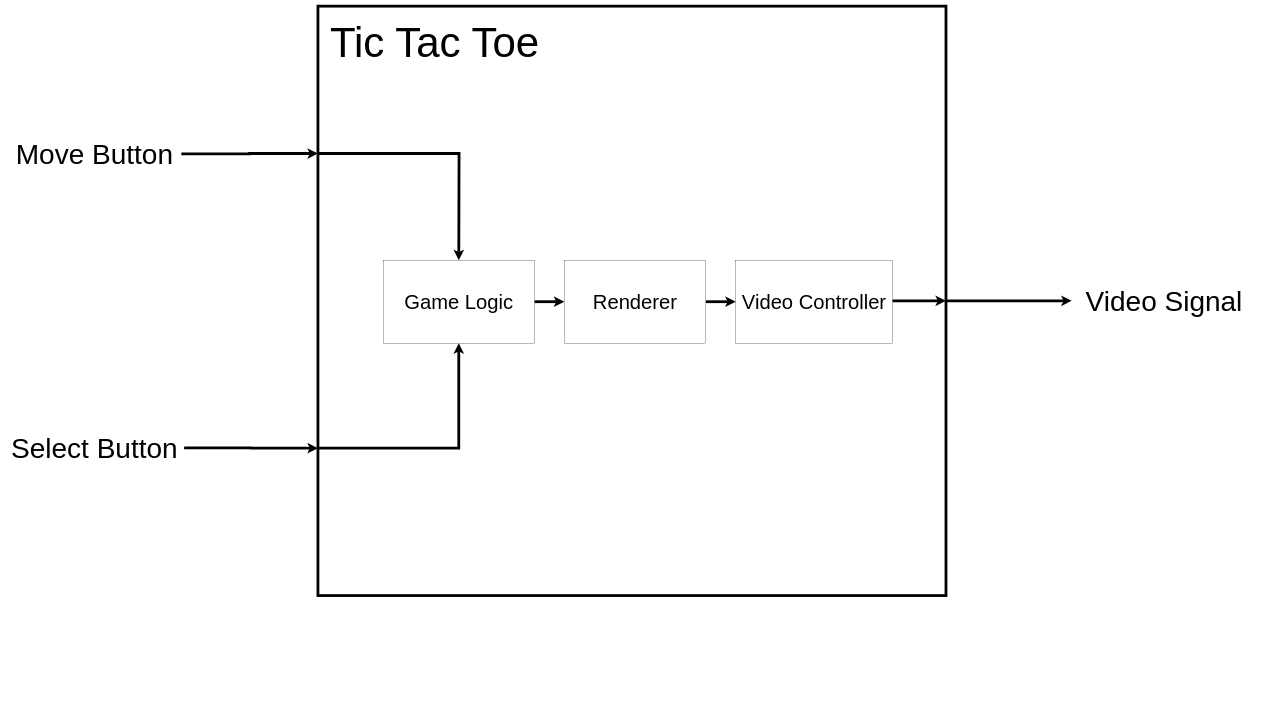
Above: page "Segundo Nivel" (2 of 4) of VGA/Diagramas/Diagramas.drawio in m-herrera/Digital-Design-Workshop (draw.io), before the change. Source tidied: cells renumbered, new cells numbered last; positions are measured from the earlier drawing's top-left corner, leaving out a move shared by most shapes. Both pictures are drawn from the tidied source at 28%, with x=0, y=0 at pixel (5, 6).
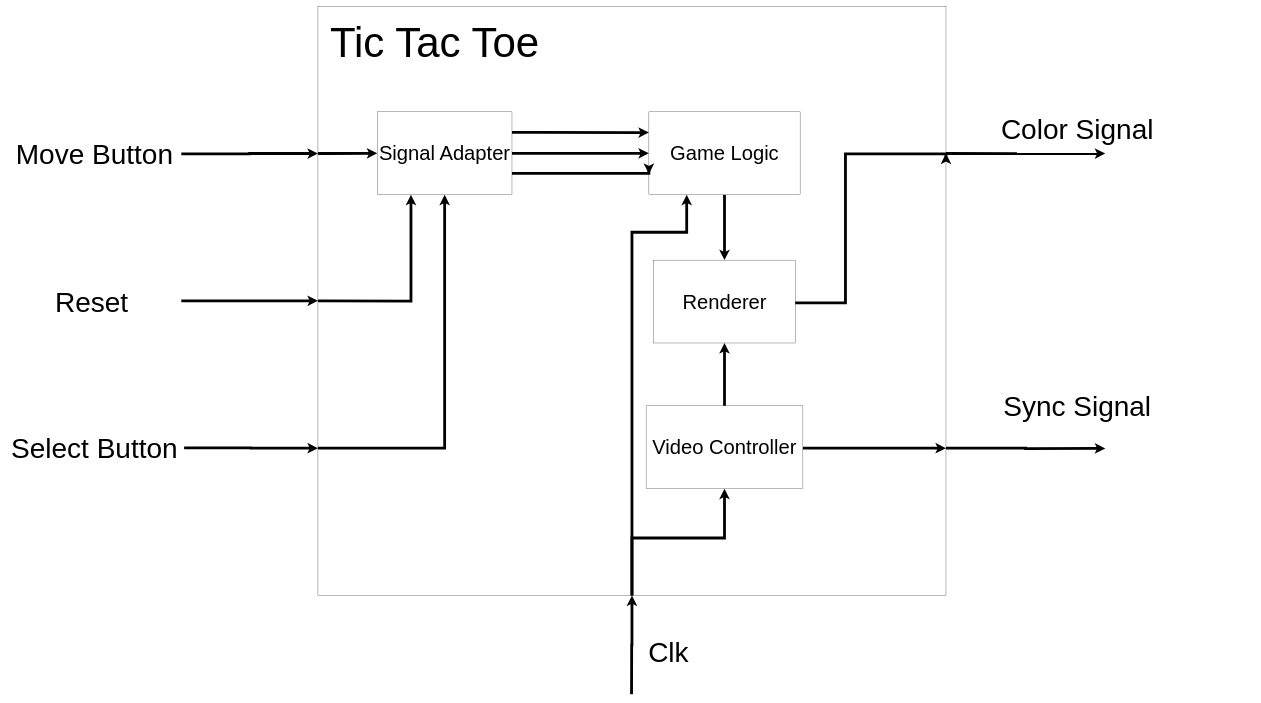
Above is the later version.

The edit, as a diff of the source:
```diff
@@
-    <mxCell id="2" style="rounded=0;whiteSpace=wrap;html=1;fontSize=144;strokeWidth=10;" parent="1" vertex="1">
+    <mxCell id="2" style="rounded=0;whiteSpace=wrap;html=1;fontSize=144;" parent="1" vertex="1">
       <mxGeometry x="1118" y="0.5" width="2243" height="2105" as="geometry" />
     </mxCell>
+    <mxCell id="18" style="edgeStyle=orthogonalEdgeStyle;rounded=0;jettySize=auto;html=1;exitX=0.5;exitY=1;exitDx=0;exitDy=0;strokeWidth=10;" parent="1" edge="1" source="2" target="12">
+      <mxGeometry relative="1" as="geometry">
+        <Array as="points">
+          <mxPoint x="2239" y="1900" />
+          <mxPoint x="2570" y="1900" />
+        </Array>
+      </mxGeometry>
+    </mxCell>
+    <mxCell id="19" style="edgeStyle=orthogonalEdgeStyle;rounded=0;jettySize=auto;html=1;exitX=0.5;exitY=1;exitDx=0;exitDy=0;strokeWidth=10;entryX=0.5;entryY=1;entryDx=0;entryDy=0;" parent="1" edge="1" target="2">
+      <mxGeometry relative="1" as="geometry">
+        <mxPoint x="2238" y="2458" as="sourcePoint" />
+      </mxGeometry>
+    </mxCell>
+    <mxCell id="20" style="edgeStyle=orthogonalEdgeStyle;rounded=0;jettySize=auto;html=1;exitX=1;exitY=0.75;exitDx=0;exitDy=0;strokeWidth=10;" parent="1" edge="1" source="2">
+      <mxGeometry relative="1" as="geometry">
+        <mxPoint x="3930" y="1580" as="targetPoint" />
+      </mxGeometry>
+    </mxCell>
+    <mxCell id="21" style="edgeStyle=orthogonalEdgeStyle;rounded=0;jettySize=auto;html=1;exitX=0;exitY=0.5;exitDx=0;exitDy=0;entryX=0.25;entryY=1;entryDx=0;entryDy=0;strokeWidth=10;" parent="1" edge="1" source="2" target="31">
+      <mxGeometry relative="1" as="geometry">
+        <Array as="points">
+          <mxPoint x="1450" y="1054" />
+        </Array>
+      </mxGeometry>
+    </mxCell>
-    <mxCell id="3" style="edgeStyle=orthogonalEdgeStyle;rounded=0;jettySize=auto;html=1;exitX=0;exitY=0.75;exitDx=0;exitDy=0;entryX=0.5;entryY=1;entryDx=0;entryDy=0;strokeWidth=10;" parent="1" edge="1" source="2" target="16">
+    <mxCell id="3" style="edgeStyle=orthogonalEdgeStyle;rounded=0;jettySize=auto;html=1;exitX=0;exitY=0.75;exitDx=0;exitDy=0;entryX=0.5;entryY=1;entryDx=0;entryDy=0;strokeWidth=10;" parent="1" edge="1" source="2" target="31">
       <mxGeometry relative="1" as="geometry">
         <Array as="points">
-          <mxPoint x="1621" y="1579" />
+          <mxPoint x="1570" y="1580" />
         </Array>
       </mxGeometry>
     </mxCell>
-    <mxCell id="4" style="edgeStyle=orthogonalEdgeStyle;rounded=0;jettySize=auto;html=1;exitX=0;exitY=0.25;exitDx=0;exitDy=0;entryX=0.5;entryY=0;entryDx=0;entryDy=0;strokeWidth=10;" parent="1" edge="1" source="2" target="16">
+    <mxCell id="4" style="edgeStyle=orthogonalEdgeStyle;rounded=0;jettySize=auto;html=1;exitX=0;exitY=0.25;exitDx=0;exitDy=0;entryX=0;entryY=0.5;entryDx=0;entryDy=0;strokeWidth=10;" parent="1" edge="1" source="2" target="31">
       <mxGeometry relative="1" as="geometry">
         <Array as="points">
-          <mxPoint x="1622" y="527" />
-          <mxPoint x="1622" y="908" />
+          <mxPoint x="1150" y="526" />
         </Array>
       </mxGeometry>
     </mxCell>
@@
-    <mxCell id="9" value="&lt;span style=&quot;font-size: 100px&quot;&gt;Video Signal&lt;/span&gt;" style="text;html=1;strokeColor=none;fillColor=none;align=center;verticalAlign=middle;whiteSpace=wrap;rounded=0;" parent="1" vertex="1">
-      <mxGeometry x="3810" y="904.5" width="660" height="297" as="geometry" />
+    <mxCell id="9" value="&lt;span style=&quot;font-size: 100px&quot;&gt;Color Signal&lt;/span&gt;" style="text;html=1;strokeColor=none;fillColor=none;align=center;verticalAlign=middle;whiteSpace=wrap;rounded=0;" parent="1" vertex="1">
+      <mxGeometry x="3500" y="289.5" width="660" height="297" as="geometry" />
     </mxCell>
-    <mxCell id="10" style="endArrow=classic;html=1;entryX=0;entryY=0.5;entryDx=0;entryDy=0;exitX=1;exitY=0.5;exitDx=0;exitDy=0;strokeWidth=10;" parent="1" edge="1" source="2" target="9">
-      <mxGeometry relative="1" as="geometry" />
+    <mxCell id="10" style="endArrow=classic;html=1;exitX=1;exitY=0.25;exitDx=0;exitDy=0;strokeWidth=10;" parent="1" edge="1" source="2">
+      <mxGeometry relative="1" as="geometry">
+        <mxPoint x="3930" y="527" as="targetPoint" />
+      </mxGeometry>
     </mxCell>
-    <mxCell id="11" style="edgeStyle=orthogonalEdgeStyle;rounded=0;jettySize=auto;html=1;exitX=1;exitY=0.5;exitDx=0;exitDy=0;entryX=1;entryY=0.5;entryDx=0;entryDy=0;strokeWidth=10;" parent="1" edge="1" source="12" target="2">
+    <mxCell id="11" style="edgeStyle=orthogonalEdgeStyle;rounded=0;jettySize=auto;html=1;exitX=1;exitY=0.5;exitDx=0;exitDy=0;entryX=1;entryY=0.75;entryDx=0;entryDy=0;strokeWidth=10;" parent="1" edge="1" source="12" target="2">
       <mxGeometry relative="1" as="geometry">
         <Array as="points">
-          <mxPoint x="3170" y="1053" />
+          <mxPoint x="3001" y="1579" />
+          <mxPoint x="3080" y="1579" />
         </Array>
       </mxGeometry>
     </mxCell>
+    <mxCell id="22" style="edgeStyle=orthogonalEdgeStyle;rounded=0;jettySize=auto;html=1;exitX=0.5;exitY=0;exitDx=0;exitDy=0;entryX=0.5;entryY=1;entryDx=0;entryDy=0;strokeWidth=10;" parent="1" edge="1" source="12" target="14">
+      <mxGeometry relative="1" as="geometry" />
+    </mxCell>
     <mxCell id="12" value="&lt;font style=&quot;font-size: 72px&quot;&gt;Video Controller&lt;/font&gt;" style="rounded=0;whiteSpace=wrap;html=1;" parent="1" vertex="1">
-      <mxGeometry x="2610" y="908" width="560" height="296" as="geometry" />
+      <mxGeometry x="2290" y="1428" width="560" height="296" as="geometry" />
     </mxCell>
-    <mxCell id="13" style="edgeStyle=orthogonalEdgeStyle;rounded=0;jettySize=auto;html=1;exitX=1;exitY=0.5;exitDx=0;exitDy=0;entryX=0;entryY=0.5;entryDx=0;entryDy=0;strokeWidth=10;" parent="1" edge="1" source="14" target="12">
-      <mxGeometry relative="1" as="geometry" />
-    </mxCell>
+    <mxCell id="23" style="edgeStyle=orthogonalEdgeStyle;rounded=0;jettySize=auto;html=1;exitX=1;exitY=0.5;exitDx=0;exitDy=0;entryX=1;entryY=0.25;entryDx=0;entryDy=0;strokeWidth=10;" parent="1" edge="1" source="14" target="2">
+      <mxGeometry relative="1" as="geometry">
+        <Array as="points">
+          <mxPoint x="2822" y="1060" />
+          <mxPoint x="3002" y="1060" />
+          <mxPoint x="3002" y="528" />
+        </Array>
+      </mxGeometry>
+    </mxCell>
     <mxCell id="14" value="&lt;font style=&quot;font-size: 72px&quot;&gt;Renderer&lt;/font&gt;" style="rounded=0;whiteSpace=wrap;html=1;" parent="1" vertex="1">
-      <mxGeometry x="1998" y="908" width="505" height="296" as="geometry" />
+      <mxGeometry x="2317.5" y="907.5" width="505" height="296" as="geometry" />
     </mxCell>
-    <mxCell id="15" style="edgeStyle=orthogonalEdgeStyle;rounded=0;jettySize=auto;html=1;exitX=1;exitY=0.5;exitDx=0;exitDy=0;entryX=0;entryY=0.5;entryDx=0;entryDy=0;strokeWidth=10;" parent="1" edge="1" source="16" target="14">
+    <mxCell id="15" style="edgeStyle=orthogonalEdgeStyle;rounded=0;jettySize=auto;html=1;exitX=0.5;exitY=1;exitDx=0;exitDy=0;entryX=0.5;entryY=0;entryDx=0;entryDy=0;strokeWidth=10;" parent="1" edge="1" source="16" target="14">
       <mxGeometry relative="1" as="geometry" />
     </mxCell>
+    <mxCell id="24" style="edgeStyle=orthogonalEdgeStyle;rounded=0;jettySize=auto;html=1;exitX=0.5;exitY=1;exitDx=0;exitDy=0;strokeWidth=10;entryX=0.25;entryY=1;entryDx=0;entryDy=0;" parent="1" edge="1" source="2" target="16">
+      <mxGeometry relative="1" as="geometry">
+        <Array as="points">
+          <mxPoint x="2239" y="808" />
+          <mxPoint x="2435" y="808" />
+        </Array>
+      </mxGeometry>
+    </mxCell>
     <mxCell id="16" value="&lt;span style=&quot;font-size: 72px&quot;&gt;Game Logic&lt;/span&gt;" style="rounded=0;whiteSpace=wrap;html=1;" parent="1" vertex="1">
-      <mxGeometry x="1351" y="908" width="540" height="296" as="geometry" />
+      <mxGeometry x="2300" y="378" width="540" height="296" as="geometry" />
     </mxCell>
@@
+    <mxCell id="25" style="edgeStyle=orthogonalEdgeStyle;rounded=0;jettySize=auto;html=1;entryX=0;entryY=0.5;entryDx=0;entryDy=0;strokeWidth=10;" parent="1" edge="1" target="2">
+      <mxGeometry relative="1" as="geometry">
+        <mxPoint x="630" y="1053" as="sourcePoint" />
+        <Array as="points">
+          <mxPoint x="630" y="1053" />
+        </Array>
+      </mxGeometry>
+    </mxCell>
+    <mxCell id="26" value="&lt;font style=&quot;font-size: 100px&quot;&gt;Reset&lt;/font&gt;" style="text;html=1;strokeColor=none;fillColor=none;align=center;verticalAlign=middle;whiteSpace=wrap;rounded=0;" parent="1" vertex="1">
+      <mxGeometry y="967.5" width="620" height="180" as="geometry" />
+    </mxCell>
+    <mxCell id="27" value="&lt;span style=&quot;font-size: 100px&quot;&gt;Sync Signal&lt;/span&gt;" style="text;html=1;strokeColor=none;fillColor=none;align=center;verticalAlign=middle;whiteSpace=wrap;rounded=0;" parent="1" vertex="1">
+      <mxGeometry x="3500" y="1281.5" width="660" height="297" as="geometry" />
+    </mxCell>
+    <mxCell id="28" style="edgeStyle=orthogonalEdgeStyle;rounded=0;jettySize=auto;html=1;exitX=1;exitY=0.25;exitDx=0;exitDy=0;entryX=0;entryY=0.25;entryDx=0;entryDy=0;strokeWidth=10;" parent="1" edge="1" source="31" target="16">
+      <mxGeometry relative="1" as="geometry">
+        <Array as="points">
+          <mxPoint x="1900" y="451" />
+          <mxPoint x="1900" y="451" />
+        </Array>
+      </mxGeometry>
+    </mxCell>
+    <mxCell id="29" style="edgeStyle=orthogonalEdgeStyle;rounded=0;jettySize=auto;html=1;exitX=1;exitY=0.5;exitDx=0;exitDy=0;entryX=0;entryY=0.5;entryDx=0;entryDy=0;strokeWidth=10;" parent="1" edge="1" source="31" target="16">
+      <mxGeometry relative="1" as="geometry" />
+    </mxCell>
+    <mxCell id="30" style="edgeStyle=orthogonalEdgeStyle;rounded=0;jettySize=auto;html=1;exitX=1;exitY=0.75;exitDx=0;exitDy=0;entryX=0;entryY=0.75;entryDx=0;entryDy=0;strokeWidth=10;" parent="1" edge="1" source="31" target="16">
+      <mxGeometry relative="1" as="geometry">
+        <Array as="points">
+          <mxPoint x="2020" y="598" />
+          <mxPoint x="2020" y="598" />
+        </Array>
+      </mxGeometry>
+    </mxCell>
+    <mxCell id="31" value="&lt;span style=&quot;font-size: 72px&quot;&gt;Signal Adapter&lt;/span&gt;" style="rounded=0;whiteSpace=wrap;html=1;" parent="1" vertex="1">
+      <mxGeometry x="1330" y="378" width="481" height="296" as="geometry" />
+    </mxCell>
+    <mxCell id="32" value="&lt;font style=&quot;font-size: 100px&quot;&gt;Clk&lt;/font&gt;" style="text;html=1;strokeColor=none;fillColor=none;align=center;verticalAlign=middle;whiteSpace=wrap;rounded=0;" parent="1" vertex="1">
+      <mxGeometry x="2250" y="2218" width="240" height="180" as="geometry" />
+    </mxCell>
```
